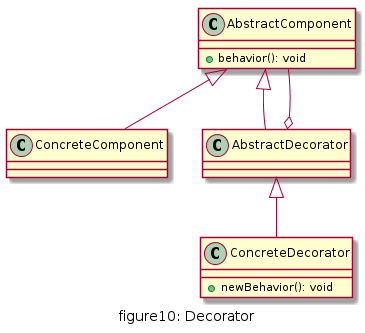
Above: doc/img/figure10_decorator.png in daileyet/designpattern4cplusplus (PlantUML), before the change.
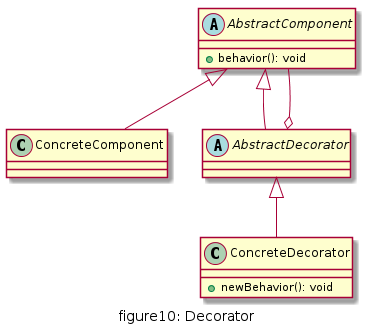
The same diagram one commit later.

What changed in the source:
```diff
@@ -1,11 +1,11 @@
-@startuml
+@startuml "figure10_decorator"
 caption figure10: Decorator
 
-class AbstractComponent{
+abstract class AbstractComponent{
     + behavior(): void
 }
 class ConcreteComponent{}
-class AbstractDecorator{}
+abstract class AbstractDecorator{}
 class ConcreteDecorator{
     + newBehavior(): void
 }
```
